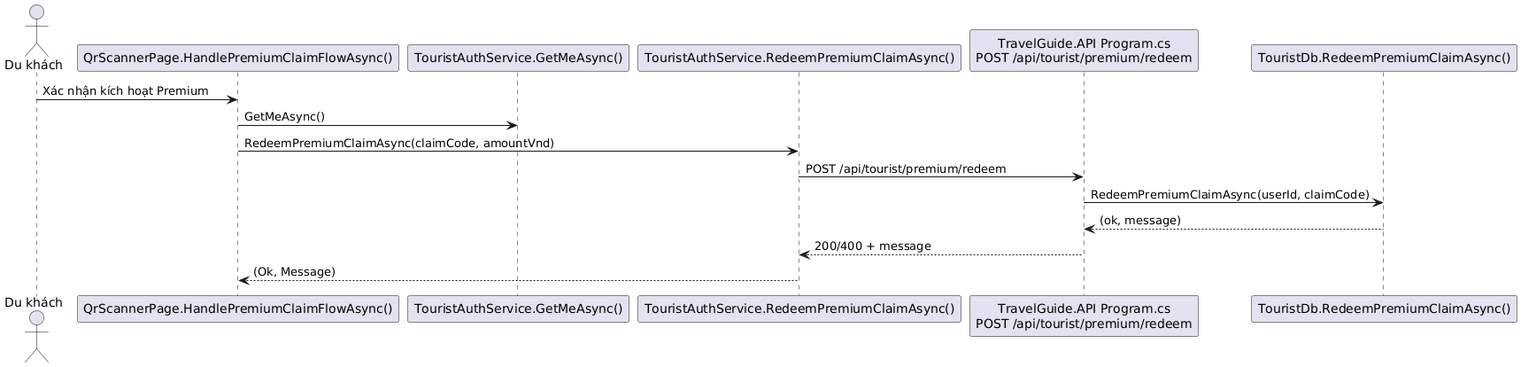
This is Diagrams/SE DuKhach KichHoatPremium.png from hoangtri22/TravelGuide, a PlantUML export, as it was before one commit. Source of this version:
```plantuml
@startuml
actor "Du khách" as USER
participant "QrScannerPage.HandlePremiumClaimFlowAsync()" as PREM
participant "TouristAuthService.GetMeAsync()" as AUTH
participant "TouristAuthService.RedeemPremiumClaimAsync()" as REDEEM
participant "TravelGuide.API Program.cs\nPOST /api/tourist/premium/redeem" as API
participant "TouristDb.RedeemPremiumClaimAsync()" as DB

USER -> PREM: Xác nhận kích hoạt Premium
PREM -> AUTH: GetMeAsync()
PREM -> REDEEM: RedeemPremiumClaimAsync(claimCode, amountVnd)
REDEEM -> API: POST /api/tourist/premium/redeem
API -> DB: RedeemPremiumClaimAsync(userId, claimCode)
DB --> API: (ok, message)
API --> REDEEM: 200/400 + message
REDEEM --> PREM: (Ok, Message)
@enduml
```
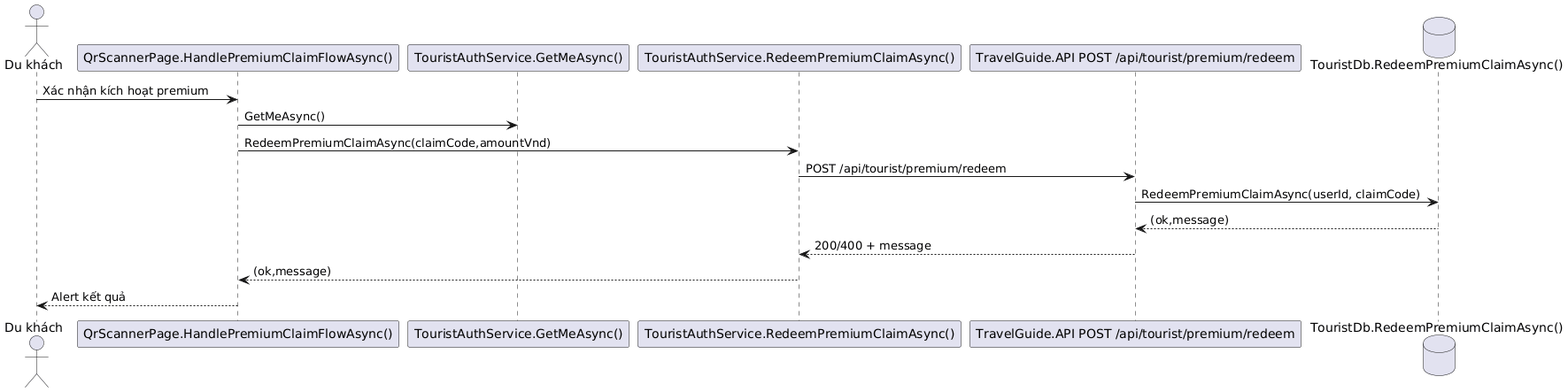
After the change.

What changed in the source:
```diff
@@ -1,17 +1,17 @@
 @startuml
-actor "Du khách" as USER
-participant "QrScannerPage.HandlePremiumClaimFlowAsync()" as PREM
-participant "TouristAuthService.GetMeAsync()" as AUTH
-participant "TouristAuthService.RedeemPremiumClaimAsync()" as REDEEM
-participant "TravelGuide.API Program.cs\nPOST /api/tourist/premium/redeem" as API
-participant "TouristDb.RedeemPremiumClaimAsync()" as DB
-
-USER -> PREM: Xác nhận kích hoạt Premium
-PREM -> AUTH: GetMeAsync()
-PREM -> REDEEM: RedeemPremiumClaimAsync(claimCode, amountVnd)
-REDEEM -> API: POST /api/tourist/premium/redeem
-API -> DB: RedeemPremiumClaimAsync(userId, claimCode)
-DB --> API: (ok, message)
-API --> REDEEM: 200/400 + message
-REDEEM --> PREM: (Ok, Message)
+actor "Du khách" as U
+participant "QrScannerPage.HandlePremiumClaimFlowAsync()" as UI
+participant "TouristAuthService.GetMeAsync()" as ME
+participant "TouristAuthService.RedeemPremiumClaimAsync()" as SVC
+participant "TravelGuide.API POST /api/tourist/premium/redeem" as API
+database "TouristDb.RedeemPremiumClaimAsync()" as DB
+U -> UI : Xác nhận kích hoạt premium
+UI -> ME : GetMeAsync()
+UI -> SVC : RedeemPremiumClaimAsync(claimCode,amountVnd)
+SVC -> API : POST /api/tourist/premium/redeem
+API -> DB : RedeemPremiumClaimAsync(userId, claimCode)
+DB --> API : (ok,message)
+API --> SVC : 200/400 + message
+SVC --> UI : (ok,message)
+UI --> U : Alert kết quả
 @enduml
```
